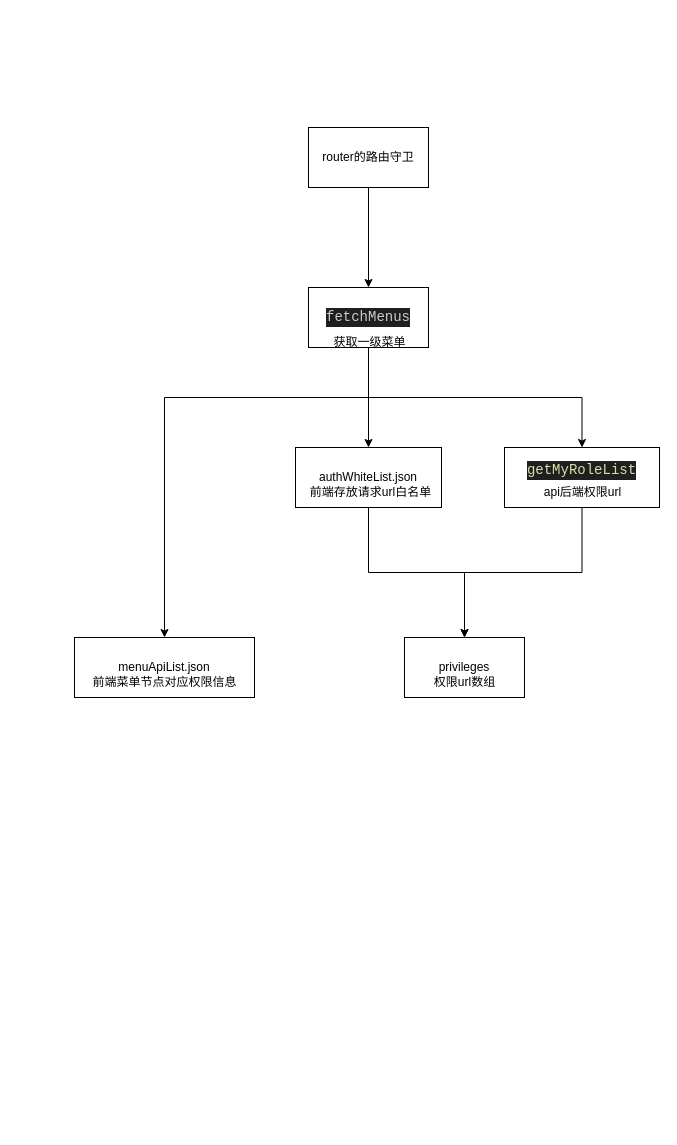
438115215/testgit2 keeps this draw.io diagram as Untitled Diagram.drawio. Above is the earlier version. Source tidied: cells renumbered, new cells numbered last; positions are measured from the earlier drawing's top-left corner, leaving out a move shared by most shapes. Both pictures are drawn from the tidied source at 100%, with x=0, y=0 at pixel (74, 127).
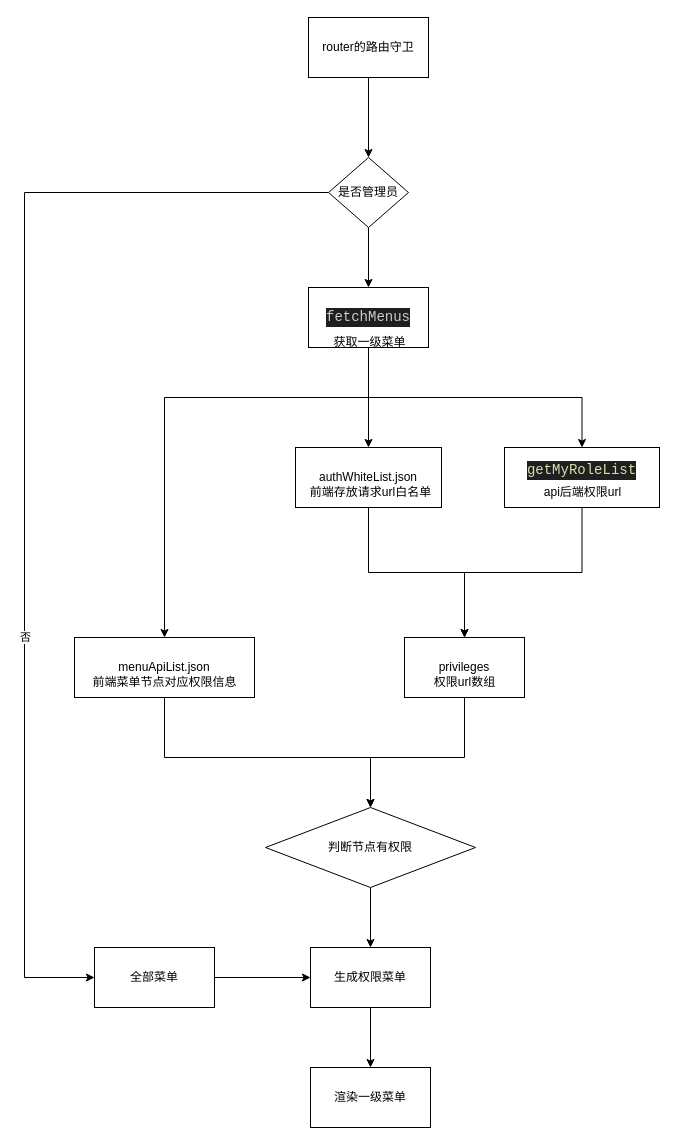
The same diagram, later.

The change refers to these unchanged cells:
```xml
<mxCell id="5" value="前端菜单节点对应权限信息" style="text;html=1;align=center;verticalAlign=middle;points=[];strokeColor=none;fillColor=none;" parent="1" vertex="1">
  <mxGeometry x="5" y="540" width="170" height="30" as="geometry" />
</mxCell>
<mxCell id="12" value="权限url数组" style="text;html=1;align=center;verticalAlign=middle;points=[];strokeColor=none;fillColor=none;" parent="1" vertex="1">
  <mxGeometry x="345" y="540" width="90" height="30" as="geometry" />
</mxCell>
<mxCell id="16" value="&lt;div style=&quot;color: rgb(204, 204, 204); background-color: rgb(31, 31, 31); font-family: Consolas, &amp;quot;Courier New&amp;quot;, monospace; font-size: 14px; line-height: 19px;&quot;&gt;fetchMenus&lt;/div&gt;" style="whiteSpace=wrap;html=1;" parent="1" vertex="1">
  <mxGeometry x="234" y="160" width="120" height="60" as="geometry" />
</mxCell>
```

Change to the diagram source:
```diff
@@
+    <mxCell id="19" style="edgeStyle=orthogonalEdgeStyle;rounded=0;jettySize=auto;html=1;" parent="1" edge="1" source="5" target="23">
+      <mxGeometry relative="1" as="geometry">
+        <Array as="points">
+          <mxPoint x="90" y="630" />
+          <mxPoint x="296" y="630" />
+        </Array>
+      </mxGeometry>
+    </mxCell>
@@
-    <mxCell id="7" style="edgeStyle=orthogonalEdgeStyle;rounded=0;jettySize=auto;html=1;" parent="1" edge="1" source="8" target="16">
-      <mxGeometry relative="1" as="geometry" />
-    </mxCell>
+    <mxCell id="20" style="edgeStyle=orthogonalEdgeStyle;rounded=0;jettySize=auto;html=1;" parent="1" edge="1" source="8" target="30">
+      <mxGeometry relative="1" as="geometry" />
+    </mxCell>
     <mxCell id="8" value="router的路由守卫" style="whiteSpace=wrap;html=1;" parent="1" vertex="1">
-      <mxGeometry x="234" width="120" height="60" as="geometry" />
+      <mxGeometry x="234" y="-110" width="120" height="60" as="geometry" />
     </mxCell>
@@
+    <mxCell id="21" style="edgeStyle=orthogonalEdgeStyle;rounded=0;jettySize=auto;html=1;" parent="1" edge="1" source="12" target="23">
+      <mxGeometry relative="1" as="geometry">
+        <Array as="points">
+          <mxPoint x="390" y="630" />
+          <mxPoint x="296" y="630" />
+        </Array>
+      </mxGeometry>
+    </mxCell>
@@
+    <mxCell id="22" style="edgeStyle=orthogonalEdgeStyle;rounded=0;jettySize=auto;html=1;" parent="1" edge="1" source="23" target="25">
+      <mxGeometry relative="1" as="geometry" />
+    </mxCell>
+    <mxCell id="23" value="判断节点有权限" style="rhombus;whiteSpace=wrap;html=1;" parent="1" vertex="1">
+      <mxGeometry x="191" y="680" width="210" height="80" as="geometry" />
+    </mxCell>
+    <mxCell id="24" style="edgeStyle=orthogonalEdgeStyle;rounded=0;jettySize=auto;html=1;" parent="1" edge="1" source="25" target="26">
+      <mxGeometry relative="1" as="geometry" />
+    </mxCell>
+    <mxCell id="25" value="生成权限菜单" style="whiteSpace=wrap;html=1;" parent="1" vertex="1">
+      <mxGeometry x="236" y="820" width="120" height="60" as="geometry" />
+    </mxCell>
+    <mxCell id="26" value="渲染一级菜单" style="whiteSpace=wrap;html=1;" parent="1" vertex="1">
+      <mxGeometry x="236" y="940" width="120" height="60" as="geometry" />
+    </mxCell>
+    <mxCell id="27" style="edgeStyle=orthogonalEdgeStyle;rounded=0;jettySize=auto;html=1;exitX=0.5;exitY=1;exitDx=0;exitDy=0;entryX=0.5;entryY=0;entryDx=0;entryDy=0;" parent="1" edge="1" source="30" target="16">
+      <mxGeometry relative="1" as="geometry" />
+    </mxCell>
+    <mxCell id="28" style="edgeStyle=orthogonalEdgeStyle;rounded=0;jettySize=auto;html=1;exitX=0;exitY=0.5;exitDx=0;exitDy=0;entryX=0;entryY=0.5;entryDx=0;entryDy=0;" parent="1" edge="1" source="30" target="32">
+      <mxGeometry relative="1" as="geometry">
+        <Array as="points">
+          <mxPoint x="-50" y="65" />
+          <mxPoint x="-50" y="850" />
+        </Array>
+      </mxGeometry>
+    </mxCell>
+    <mxCell id="29" value="否" style="edgeLabel;html=1;align=center;verticalAlign=middle;" parent="28" vertex="1">
+      <mxGeometry x="0.29" relative="1" as="geometry" />
+    </mxCell>
+    <mxCell id="30" value="是否管理员" style="rhombus;whiteSpace=wrap;html=1;" parent="1" vertex="1">
+      <mxGeometry x="254" y="30" width="80" height="70" as="geometry" />
+    </mxCell>
+    <mxCell id="31" style="edgeStyle=orthogonalEdgeStyle;rounded=0;jettySize=auto;html=1;exitX=1;exitY=0.5;exitDx=0;exitDy=0;" parent="1" edge="1" source="32" target="25">
+      <mxGeometry relative="1" as="geometry" />
+    </mxCell>
+    <mxCell id="32" value="全部菜单" style="whiteSpace=wrap;html=1;" parent="1" vertex="1">
+      <mxGeometry x="20" y="820" width="120" height="60" as="geometry" />
+    </mxCell>
```
